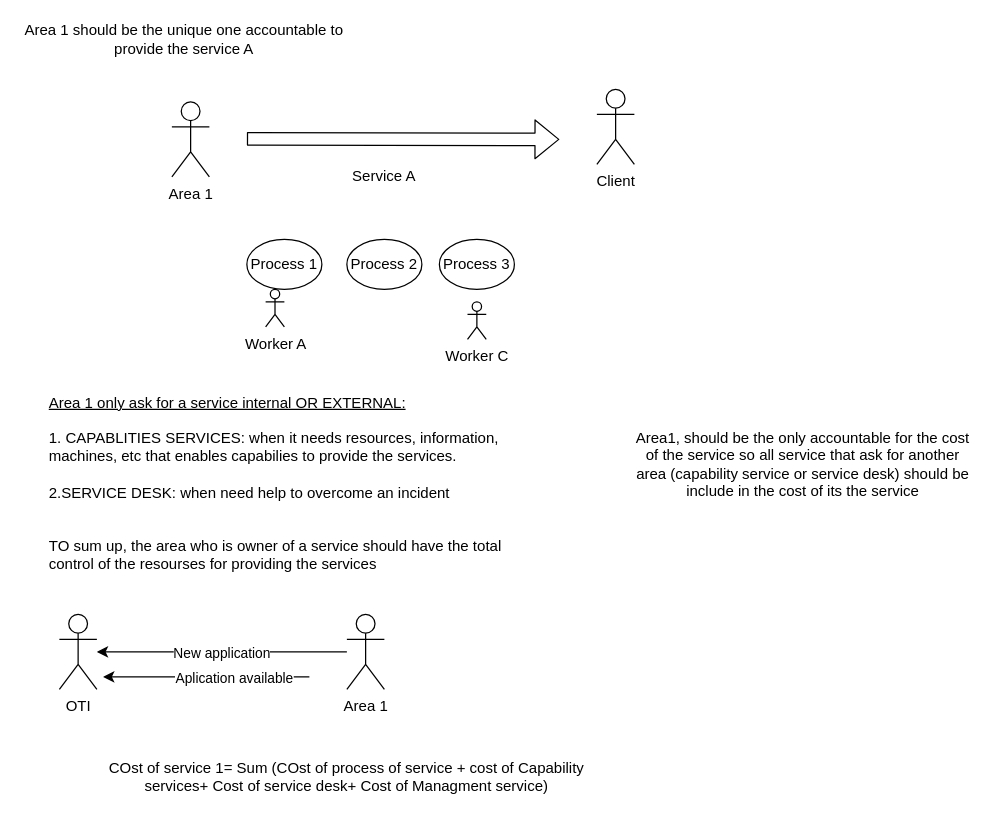
This is Service_design_multilevel.drawio from jonhatan-zelada/adaptation, a draw.io file, before an edit. Source tidied: cells renumbered, new cells numbered last; positions are measured from the earlier drawing's top-left corner, leaving out a move shared by most shapes. Both pictures are drawn from the tidied source at 125%, with x=0, y=0 at pixel (21, 26).
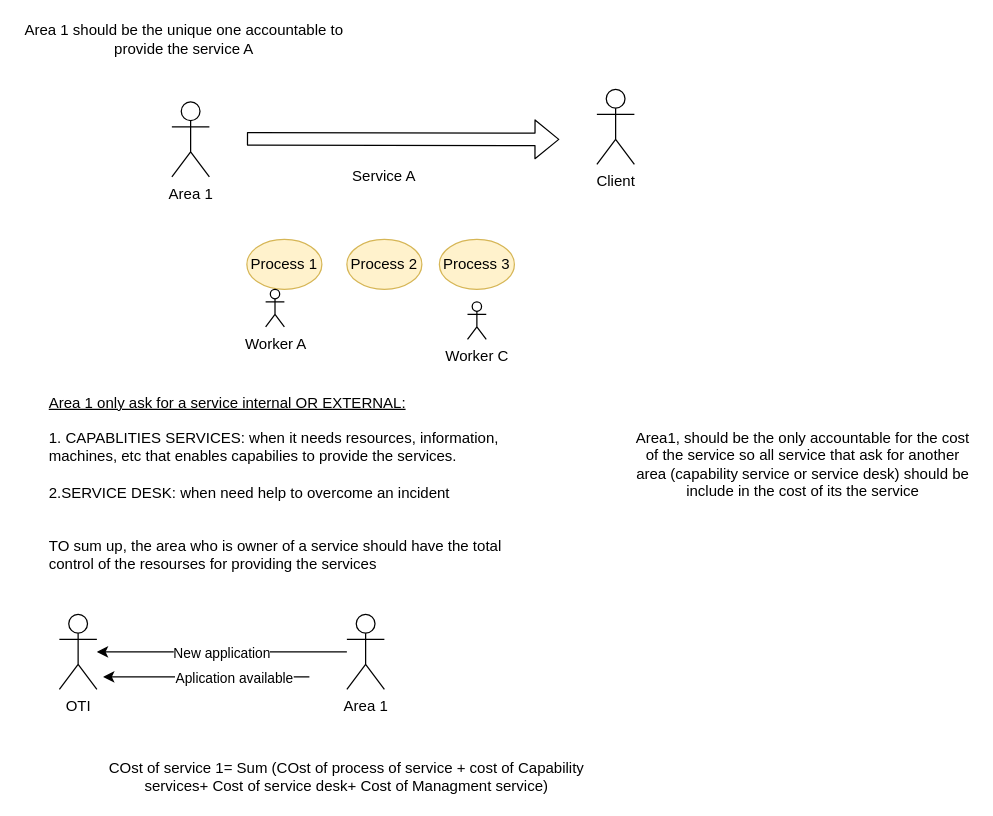
After the change.

The edit, as a diff of the source:
```diff
@@
-    <mxCell id="7" value="Process 1" style="ellipse;whiteSpace=wrap;html=1;" parent="1" vertex="1">
+    <mxCell id="7" value="Process 1" style="ellipse;whiteSpace=wrap;html=1;fillColor=#fff2cc;strokeColor=#d6b656;" parent="1" vertex="1">
       <mxGeometry x="180" y="170" width="60" height="40" as="geometry" />
     </mxCell>
-    <mxCell id="8" value="Process 2" style="ellipse;whiteSpace=wrap;html=1;" parent="1" vertex="1">
+    <mxCell id="8" value="Process 2" style="ellipse;whiteSpace=wrap;html=1;fillColor=#fff2cc;strokeColor=#d6b656;" parent="1" vertex="1">
       <mxGeometry x="260" y="170" width="60" height="40" as="geometry" />
     </mxCell>
-    <mxCell id="9" value="Process 3" style="ellipse;whiteSpace=wrap;html=1;" parent="1" vertex="1">
+    <mxCell id="9" value="Process 3" style="ellipse;whiteSpace=wrap;html=1;fillColor=#fff2cc;strokeColor=#d6b656;" parent="1" vertex="1">
       <mxGeometry x="334" y="170" width="60" height="40" as="geometry" />
     </mxCell>
```
